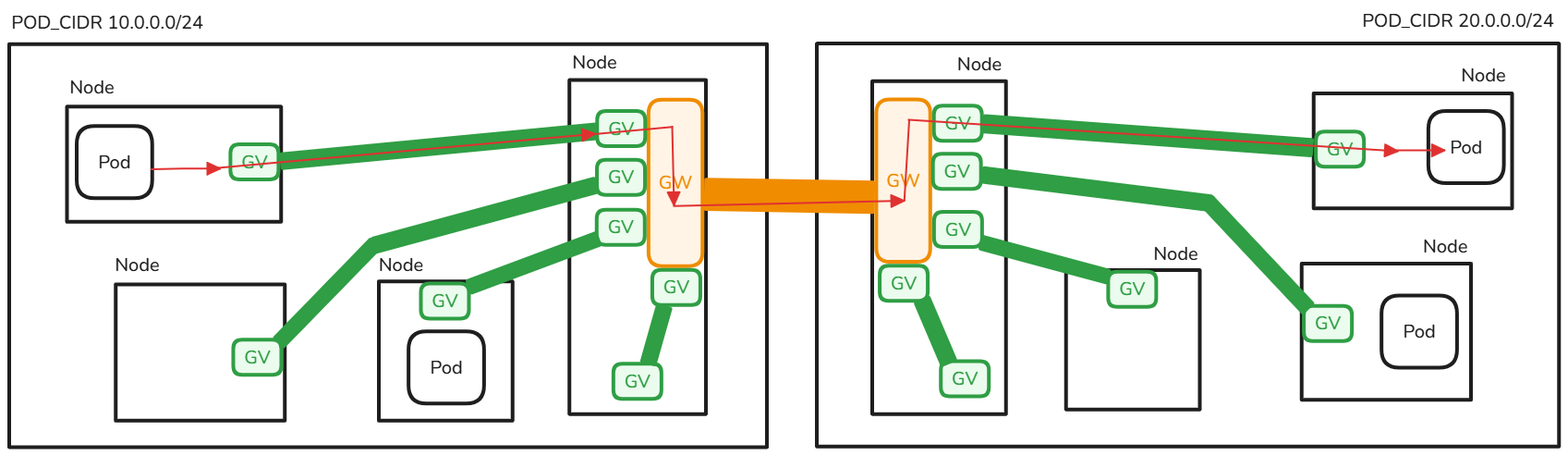
The Excalidraw diagram docs/_static/images/architecture/network/baseflow-v2.excalidraw.png in liqotech/liqo, before a commit. Source tidied: one line per element, renumbered; positions are measured from the earlier drawing's top-left corner, leaving out a move shared by most shapes. The source it was exported from:
```json
{"id": 0, "type": "rectangle", "strokeColor": "#1e1e1e", "strokeWidth": 4, "roughness": 0, "x": 0, "y": 38, "width": 820, "height": 436}
{"id": 1, "type": "rectangle", "strokeColor": "#1e1e1e", "strokeWidth": 4, "roughness": 0, "x": 63, "y": 105, "width": 232, "height": 124}
{"id": 2, "type": "text", "text": "Node", "strokeColor": "#1e1e1e", "strokeWidth": 4, "roughness": 0, "fontSize": 20, "fontFamily": 6, "x": 65, "y": 72, "width": 48, "height": 25}
{"id": 3, "type": "text", "text": "POD_CIDR 10.0.0.0/24", "strokeColor": "#1e1e1e", "strokeWidth": 2, "strokeStyle": "dotted", "roughness": 1, "fontSize": 20, "fontFamily": 6, "x": 2, "y": 2, "width": 208, "height": 25}
{"id": 4, "type": "rectangle", "strokeColor": "#1e1e1e", "strokeWidth": 4, "roughness": 0, "round": true, "x": 73, "y": 126, "width": 82, "height": 78}
{"id": 5, "type": "text", "text": "Pod", "strokeColor": "#1e1e1e", "strokeWidth": 4, "roughness": 1, "fontSize": 20, "fontFamily": 6, "textAlign": "center", "verticalAlign": "middle", "inside": 4, "x": 96, "y": 153, "width": 35, "height": 25}
{"id": 6, "type": "rectangle", "strokeColor": "#1e1e1e", "strokeWidth": 4, "roughness": 0, "x": 115, "y": 297, "width": 183, "height": 147}
{"id": 7, "type": "text", "text": "Node", "strokeColor": "#1e1e1e", "strokeWidth": 4, "roughness": 0, "fontSize": 20, "fontFamily": 6, "x": 114, "y": 264, "width": 48, "height": 25}
{"id": 8, "type": "rectangle", "strokeColor": "#1e1e1e", "strokeWidth": 4, "roughness": 0, "x": 400, "y": 294, "width": 145, "height": 151}
{"id": 9, "type": "text", "text": "Node", "strokeColor": "#1e1e1e", "strokeWidth": 4, "roughness": 0, "fontSize": 20, "fontFamily": 6, "x": 400, "y": 264, "width": 48, "height": 25}
{"id": 10, "type": "rectangle", "strokeColor": "#1e1e1e", "strokeWidth": 4, "roughness": 0, "round": true, "x": 432, "y": 348, "width": 82, "height": 78}
{"id": 11, "type": "text", "text": "Pod", "strokeColor": "#1e1e1e", "strokeWidth": 4, "roughness": 1, "fontSize": 20, "fontFamily": 6, "textAlign": "center", "verticalAlign": "middle", "inside": 10, "x": 455, "y": 375, "width": 35, "height": 25}
{"id": 12, "type": "rectangle", "strokeColor": "#1e1e1e", "strokeWidth": 4, "roughness": 0, "x": 606, "y": 76, "width": 148, "height": 361}
{"id": 13, "type": "rectangle", "strokeColor": "#f08c00", "backgroundColor": "#fff4e6", "fillStyle": "solid", "strokeWidth": 4, "roughness": 0, "round": true, "x": 692, "y": 98, "width": 58, "height": 180}
{"id": 14, "type": "text", "text": "GW", "strokeColor": "#f08c00", "strokeWidth": 4, "roughness": 1, "fontSize": 20, "fontFamily": 6, "textAlign": "center", "verticalAlign": "middle", "inside": 13, "x": 703, "y": 175, "width": 36, "height": 25}
{"id": 15, "type": "rectangle", "strokeColor": "#2f9e44", "backgroundColor": "#ebfbee", "fillStyle": "solid", "strokeWidth": 4, "roughness": 0, "round": true, "x": 636, "y": 110, "width": 52, "height": 38}
{"id": 16, "type": "text", "text": "GV", "strokeColor": "#2f9e44", "strokeWidth": 4, "roughness": 1, "fontSize": 20, "fontFamily": 6, "textAlign": "center", "verticalAlign": "middle", "inside": 15, "x": 648, "y": 117, "width": 28, "height": 25}
{"id": 17, "type": "rectangle", "strokeColor": "#2f9e44", "backgroundColor": "#ebfbee", "fillStyle": "solid", "strokeWidth": 4, "roughness": 0, "round": true, "x": 636, "y": 163, "width": 52, "height": 38}
{"id": 18, "type": "text", "text": "GV", "strokeColor": "#2f9e44", "strokeWidth": 4, "roughness": 1, "fontSize": 20, "fontFamily": 6, "textAlign": "center", "verticalAlign": "middle", "inside": 17, "x": 648, "y": 169, "width": 28, "height": 25}
{"id": 19, "type": "rectangle", "strokeColor": "#2f9e44", "backgroundColor": "#ebfbee", "fillStyle": "solid", "strokeWidth": 4, "roughness": 0, "round": true, "x": 636, "y": 217, "width": 52, "height": 38}
{"id": 20, "type": "text", "text": "GV", "strokeColor": "#2f9e44", "strokeWidth": 4, "roughness": 1, "fontSize": 20, "fontFamily": 6, "textAlign": "center", "verticalAlign": "middle", "inside": 19, "x": 648, "y": 223, "width": 28, "height": 25}
{"id": 21, "type": "rectangle", "strokeColor": "#2f9e44", "backgroundColor": "#ebfbee", "fillStyle": "solid", "strokeWidth": 4, "roughness": 0, "round": true, "x": 696, "y": 282, "width": 52, "height": 38}
{"id": 22, "type": "text", "text": "GV", "strokeColor": "#2f9e44", "strokeWidth": 4, "roughness": 1, "fontSize": 20, "fontFamily": 6, "textAlign": "center", "verticalAlign": "middle", "inside": 21, "x": 708, "y": 288, "width": 28, "height": 25}
{"id": 23, "type": "rectangle", "strokeColor": "#2f9e44", "backgroundColor": "#ebfbee", "fillStyle": "solid", "strokeWidth": 4, "roughness": 0, "round": true, "x": 239, "y": 146, "width": 52, "height": 38}
{"id": 24, "type": "text", "text": "GV", "strokeColor": "#2f9e44", "strokeWidth": 4, "roughness": 1, "fontSize": 20, "fontFamily": 6, "textAlign": "center", "verticalAlign": "middle", "inside": 23, "x": 251, "y": 153, "width": 28, "height": 25}
{"id": 25, "type": "rectangle", "strokeColor": "#2f9e44", "backgroundColor": "#ebfbee", "fillStyle": "solid", "strokeWidth": 4, "roughness": 0, "round": true, "x": 242, "y": 357, "width": 52, "height": 38}
{"id": 26, "type": "text", "text": "GV", "strokeColor": "#2f9e44", "strokeWidth": 4, "roughness": 1, "fontSize": 20, "fontFamily": 6, "textAlign": "center", "verticalAlign": "middle", "inside": 25, "x": 254, "y": 364, "width": 28, "height": 25}
{"id": 27, "type": "rectangle", "strokeColor": "#2f9e44", "backgroundColor": "#ebfbee", "fillStyle": "solid", "strokeWidth": 4, "roughness": 0, "round": true, "x": 445, "y": 296, "width": 52, "height": 38}
{"id": 28, "type": "text", "text": "GV", "strokeColor": "#2f9e44", "strokeWidth": 4, "roughness": 1, "fontSize": 20, "fontFamily": 6, "textAlign": "center", "verticalAlign": "middle", "inside": 27, "x": 457, "y": 303, "width": 28, "height": 25}
{"id": 29, "type": "rectangle", "strokeColor": "#2f9e44", "backgroundColor": "#ebfbee", "fillStyle": "solid", "strokeWidth": 4, "roughness": 0, "round": true, "x": 654, "y": 383, "width": 52, "height": 38}
{"id": 30, "type": "text", "text": "GV", "strokeColor": "#2f9e44", "strokeWidth": 4, "roughness": 1, "fontSize": 20, "fontFamily": 6, "textAlign": "center", "verticalAlign": "middle", "inside": 29, "x": 666, "y": 390, "width": 28, "height": 25}
{"id": 31, "type": "rectangle", "strokeColor": "#1e1e1e", "strokeWidth": 4, "roughness": 0, "x": 874, "y": 37, "width": 803, "height": 436}
{"id": 32, "type": "rectangle", "strokeColor": "#1e1e1e", "strokeWidth": 4, "roughness": 0, "x": 1412, "y": 91, "width": 215, "height": 124}
{"id": 33, "type": "text", "text": "Node", "strokeColor": "#1e1e1e", "strokeWidth": 4, "roughness": 0, "fontSize": 20, "fontFamily": 6, "x": 1571, "y": 59, "width": 48, "height": 25}
{"id": 34, "type": "text", "text": "POD_CIDR 20.0.0.0/24", "strokeColor": "#1e1e1e", "strokeWidth": 2, "strokeStyle": "dotted", "roughness": 1, "fontSize": 20, "fontFamily": 6, "x": 1464, "y": 0, "width": 208, "height": 25}
{"id": 35, "type": "rectangle", "strokeColor": "#1e1e1e", "strokeWidth": 4, "roughness": 0, "round": true, "x": 1536, "y": 110, "width": 82, "height": 78}
{"id": 36, "type": "text", "text": "Pod", "strokeColor": "#1e1e1e", "strokeWidth": 4, "roughness": 1, "fontSize": 20, "fontFamily": 6, "textAlign": "center", "verticalAlign": "middle", "inside": 35, "x": 1559, "y": 137, "width": 35, "height": 25}
{"id": 37, "type": "rectangle", "strokeColor": "#1e1e1e", "strokeWidth": 4, "roughness": 0, "x": 1399, "y": 275, "width": 183, "height": 147}
{"id": 38, "type": "rectangle", "strokeColor": "#1e1e1e", "strokeWidth": 4, "roughness": 0, "x": 1144, "y": 282, "width": 145, "height": 151}
{"id": 39, "type": "text", "text": "Node", "strokeColor": "#1e1e1e", "strokeWidth": 4, "roughness": 0, "fontSize": 20, "fontFamily": 6, "x": 1238, "y": 252, "width": 48, "height": 25}
{"id": 40, "type": "rectangle", "strokeColor": "#1e1e1e", "strokeWidth": 4, "roughness": 0, "round": true, "x": 1485, "y": 309, "width": 82, "height": 78}
{"id": 41, "type": "text", "text": "Pod", "strokeColor": "#1e1e1e", "strokeWidth": 4, "roughness": 1, "fontSize": 20, "fontFamily": 6, "textAlign": "center", "verticalAlign": "middle", "inside": 40, "x": 1508, "y": 336, "width": 35, "height": 25}
{"id": 42, "type": "rectangle", "strokeColor": "#1e1e1e", "strokeWidth": 4, "roughness": 0, "x": 934, "y": 78, "width": 145, "height": 360}
{"id": 43, "type": "rectangle", "strokeColor": "#f08c00", "backgroundColor": "#fff4e6", "fillStyle": "solid", "strokeWidth": 4, "roughness": 0, "round": true, "x": 938, "y": 98, "width": 58, "height": 175}
{"id": 44, "type": "text", "text": "GW", "strokeColor": "#f08c00", "strokeWidth": 4, "roughness": 1, "fontSize": 20, "fontFamily": 6, "textAlign": "center", "verticalAlign": "middle", "inside": 43, "x": 949, "y": 173, "width": 36, "height": 25}
{"id": 45, "type": "rectangle", "strokeColor": "#2f9e44", "backgroundColor": "#ebfbee", "fillStyle": "solid", "strokeWidth": 4, "roughness": 0, "round": true, "x": 1001, "y": 104, "width": 52, "height": 38}
{"id": 46, "type": "text", "text": "GV", "strokeColor": "#2f9e44", "strokeWidth": 4, "roughness": 1, "fontSize": 20, "fontFamily": 6, "textAlign": "center", "verticalAlign": "middle", "inside": 45, "x": 1013, "y": 111, "width": 28, "height": 25}
{"id": 47, "type": "rectangle", "strokeColor": "#2f9e44", "backgroundColor": "#ebfbee", "fillStyle": "solid", "strokeWidth": 4, "roughness": 0, "round": true, "x": 1000, "y": 156, "width": 52, "height": 38}
{"id": 48, "type": "text", "text": "GV", "strokeColor": "#2f9e44", "strokeWidth": 4, "roughness": 1, "fontSize": 20, "fontFamily": 6, "textAlign": "center", "verticalAlign": "middle", "inside": 47, "x": 1012, "y": 163, "width": 28, "height": 25}
{"id": 49, "type": "rectangle", "strokeColor": "#2f9e44", "backgroundColor": "#ebfbee", "fillStyle": "solid", "strokeWidth": 4, "roughness": 0, "round": true, "x": 1001, "y": 219, "width": 52, "height": 38}
{"id": 50, "type": "text", "text": "GV", "strokeColor": "#2f9e44", "strokeWidth": 4, "roughness": 1, "fontSize": 20, "fontFamily": 6, "textAlign": "center", "verticalAlign": "middle", "inside": 49, "x": 1013, "y": 226, "width": 28, "height": 25}
{"id": 51, "type": "rectangle", "strokeColor": "#2f9e44", "backgroundColor": "#ebfbee", "fillStyle": "solid", "strokeWidth": 4, "roughness": 0, "round": true, "x": 942, "y": 277, "width": 52, "height": 38}
{"id": 52, "type": "text", "text": "GV", "strokeColor": "#2f9e44", "strokeWidth": 4, "roughness": 1, "fontSize": 20, "fontFamily": 6, "textAlign": "center", "verticalAlign": "middle", "inside": 51, "x": 954, "y": 284, "width": 28, "height": 25}
{"id": 53, "type": "rectangle", "strokeColor": "#2f9e44", "backgroundColor": "#ebfbee", "fillStyle": "solid", "strokeWidth": 4, "roughness": 0, "round": true, "x": 1414, "y": 132, "width": 52, "height": 38}
{"id": 54, "type": "text", "text": "GV", "strokeColor": "#2f9e44", "strokeWidth": 4, "roughness": 1, "fontSize": 20, "fontFamily": 6, "textAlign": "center", "verticalAlign": "middle", "inside": 53, "x": 1426, "y": 139, "width": 28, "height": 25}
{"id": 55, "type": "rectangle", "strokeColor": "#2f9e44", "backgroundColor": "#ebfbee", "fillStyle": "solid", "strokeWidth": 4, "roughness": 0, "round": true, "x": 1401, "y": 321, "width": 52, "height": 38}
{"id": 56, "type": "text", "text": "GV", "strokeColor": "#2f9e44", "strokeWidth": 4, "roughness": 1, "fontSize": 20, "fontFamily": 6, "textAlign": "center", "verticalAlign": "middle", "inside": 55, "x": 1413, "y": 327, "width": 28, "height": 25}
{"id": 57, "type": "rectangle", "strokeColor": "#2f9e44", "backgroundColor": "#ebfbee", "fillStyle": "solid", "strokeWidth": 4, "roughness": 0, "round": true, "x": 1189, "y": 284, "width": 52, "height": 38}
{"id": 58, "type": "text", "text": "GV", "strokeColor": "#2f9e44", "strokeWidth": 4, "roughness": 1, "fontSize": 20, "fontFamily": 6, "textAlign": "center", "verticalAlign": "middle", "inside": 57, "x": 1201, "y": 290, "width": 28, "height": 25}
{"id": 59, "type": "rectangle", "strokeColor": "#2f9e44", "backgroundColor": "#ebfbee", "fillStyle": "solid", "strokeWidth": 4, "roughness": 0, "round": true, "x": 1008, "y": 380, "width": 52, "height": 38}
{"id": 60, "type": "text", "text": "GV", "strokeColor": "#2f9e44", "strokeWidth": 4, "roughness": 1, "fontSize": 20, "fontFamily": 6, "textAlign": "center", "verticalAlign": "middle", "inside": 59, "x": 1020, "y": 387, "width": 28, "height": 25}
{"id": 61, "type": "text", "text": "Node", "strokeColor": "#1e1e1e", "strokeWidth": 4, "roughness": 0, "fontSize": 20, "fontFamily": 6, "x": 1530, "y": 244, "width": 48, "height": 25}
{"id": 62, "type": "text", "text": "Node", "strokeColor": "#1e1e1e", "strokeWidth": 4, "roughness": 0, "fontSize": 20, "fontFamily": 6, "x": 609, "y": 45, "width": 48, "height": 25}
{"id": 63, "type": "text", "text": "Node", "strokeColor": "#1e1e1e", "strokeWidth": 4, "roughness": 0, "fontSize": 20, "fontFamily": 6, "x": 1026, "y": 47, "width": 48, "height": 25}
{"id": 64, "type": "rectangle", "strokeColor": "#2f9e44", "angle": 6.19, "backgroundColor": "#2f9e44", "fillStyle": "solid", "strokeWidth": 4, "roughness": 0, "x": 294, "y": 141, "width": 342, "height": 15}
{"id": 65, "type": "rectangle", "strokeColor": "#2f9e44", "angle": 5.93, "backgroundColor": "#2f9e44", "fillStyle": "solid", "strokeWidth": 4, "roughness": 0, "x": 493, "y": 268, "width": 148, "height": 13}
{"id": 66, "type": "rectangle", "strokeColor": "#2f9e44", "angle": 4.99, "backgroundColor": "#2f9e44", "fillStyle": "solid", "strokeWidth": 4, "roughness": 0, "x": 669, "y": 345, "width": 63, "height": 14}
{"id": 67, "type": "rectangle", "strokeColor": "#2f9e44", "angle": 5.48, "backgroundColor": "#2f9e44", "fillStyle": "solid", "strokeWidth": 4, "roughness": 0, "x": 270, "y": 300, "width": 148, "height": 13}
{"id": 68, "type": "rectangle", "strokeColor": "#2f9e44", "angle": 6.02, "backgroundColor": "#2f9e44", "fillStyle": "solid", "strokeWidth": 4, "roughness": 0, "x": 391, "y": 215, "width": 248, "height": 15}
{"id": 69, "type": "rectangle", "strokeColor": "#f08c00", "angle": 0.02, "backgroundColor": "#f08c00", "fillStyle": "solid", "strokeWidth": 4, "roughness": 0, "x": 754, "y": 186, "width": 181, "height": 32}
{"id": 70, "type": "rectangle", "strokeColor": "#2f9e44", "angle": 0.07, "backgroundColor": "#2f9e44", "fillStyle": "solid", "strokeWidth": 4, "roughness": 0, "x": 1055, "y": 128, "width": 355, "height": 17}
{"id": 71, "type": "rectangle", "strokeColor": "#2f9e44", "angle": 1.17, "backgroundColor": "#2f9e44", "fillStyle": "solid", "strokeWidth": 4, "roughness": 0, "x": 966, "y": 340, "width": 73, "height": 15}
{"id": 72, "type": "rectangle", "strokeColor": "#2f9e44", "angle": 0.26, "backgroundColor": "#2f9e44", "fillStyle": "solid", "strokeWidth": 4, "roughness": 0, "x": 1050, "y": 264, "width": 141, "height": 13}
{"id": 73, "type": "rectangle", "strokeColor": "#2f9e44", "angle": 0.12, "backgroundColor": "#2f9e44", "fillStyle": "solid", "strokeWidth": 4, "roughness": 0, "x": 1053, "y": 187, "width": 248, "height": 15}
{"id": 74, "type": "rectangle", "strokeColor": "#2f9e44", "angle": 3.96, "backgroundColor": "#2f9e44", "fillStyle": "solid", "strokeWidth": 4, "roughness": 0, "x": 1272, "y": 258, "width": 158, "height": 14}
{"id": 75, "type": "arrow", "strokeColor": "#e03131", "backgroundColor": "#f08c00", "fillStyle": "solid", "strokeWidth": 2, "roughness": 0, "endArrowhead": "triangle", "x": 154, "y": 173, "width": 74, "height": 1, "points": [[0, 0], [34, -1], [74, -1]]}
{"id": 76, "type": "arrow", "strokeColor": "#e03131", "backgroundColor": "#f08c00", "fillStyle": "solid", "strokeWidth": 2, "roughness": 0, "endArrowhead": "triangle", "from": 1, "x": 223, "y": 172, "width": 410, "height": 37, "points": [[0, 0], [410, -37]]}
{"id": 77, "type": "line", "strokeColor": "#e03131", "backgroundColor": "#f08c00", "fillStyle": "solid", "strokeWidth": 2, "roughness": 0, "x": 631, "y": 135, "width": 87, "height": 8, "points": [[0, 0], [87, -8]]}
{"id": 78, "type": "arrow", "strokeColor": "#e03131", "backgroundColor": "#f08c00", "fillStyle": "solid", "strokeWidth": 2, "roughness": 0, "endArrowhead": "triangle", "x": 718, "y": 127, "width": 2, "height": 84, "points": [[0, 0], [2, 84]]}
{"id": 79, "type": "arrow", "strokeColor": "#e03131", "backgroundColor": "#f08c00", "fillStyle": "solid", "strokeWidth": 2, "roughness": 0, "endArrowhead": "triangle", "x": 720, "y": 213, "width": 249, "height": 6, "points": [[0, 0], [249, -6]]}
{"id": 80, "type": "line", "strokeColor": "#e03131", "backgroundColor": "#f08c00", "fillStyle": "solid", "strokeWidth": 2, "roughness": 0, "x": 969, "y": 207, "width": 5, "height": 87, "points": [[0, 0], [5, -87]]}
{"id": 81, "type": "arrow", "strokeColor": "#e03131", "backgroundColor": "#f08c00", "fillStyle": "solid", "strokeWidth": 2, "roughness": 0, "endArrowhead": "triangle", "from": 43, "to": 32, "x": 973, "y": 120, "width": 529, "height": 34, "points": [[0, 0], [529, 34]]}
{"id": 82, "type": "arrow", "strokeColor": "#e03131", "backgroundColor": "#f08c00", "fillStyle": "solid", "strokeWidth": 2, "roughness": 0, "endArrowhead": "triangle", "from": 32, "to": 35, "x": 1502, "y": 153, "width": 52, "height": 0, "points": [[0, 0], [52, 0]]}
```
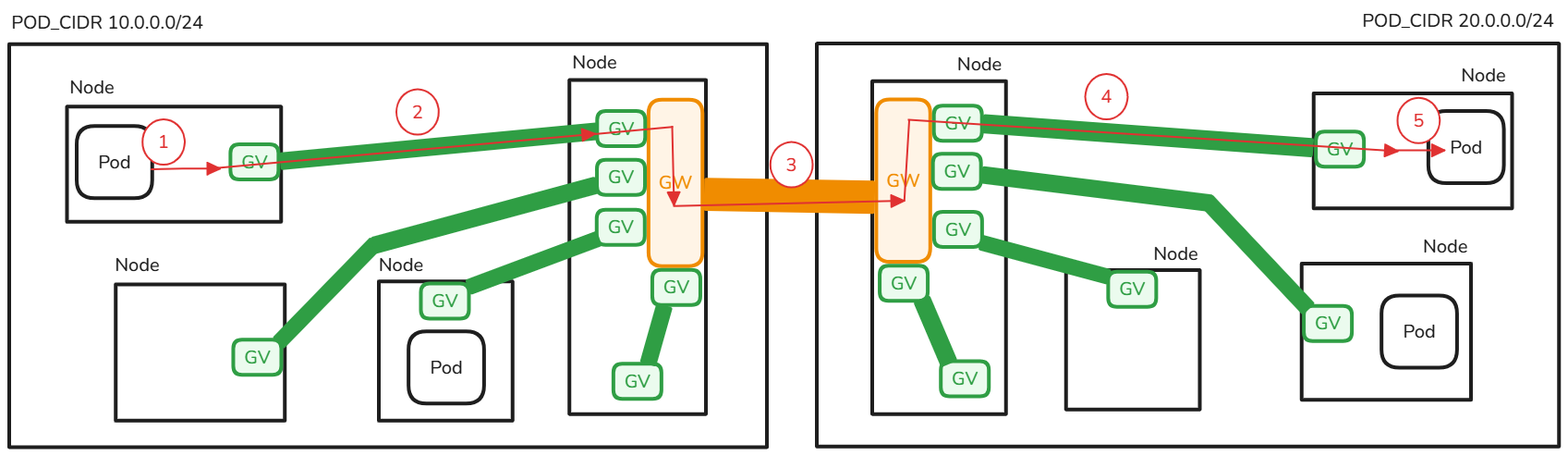
After the commit.

What changed in the source:
```diff
@@ -81,3 +81,13 @@
 {"id": 80, "type": "line", "strokeColor": "#e03131", "backgroundColor": "#f08c00", "fillStyle": "solid", "strokeWidth": 2, "roughness": 0, "x": 969, "y": 207, "width": 5, "height": 87, "points": [[0, 0], [5, -87]]}
 {"id": 81, "type": "arrow", "strokeColor": "#e03131", "backgroundColor": "#f08c00", "fillStyle": "solid", "strokeWidth": 2, "roughness": 0, "endArrowhead": "triangle", "from": 43, "to": 32, "x": 973, "y": 120, "width": 529, "height": 34, "points": [[0, 0], [529, 34]]}
 {"id": 82, "type": "arrow", "strokeColor": "#e03131", "backgroundColor": "#f08c00", "fillStyle": "solid", "strokeWidth": 2, "roughness": 0, "endArrowhead": "triangle", "from": 32, "to": 35, "x": 1502, "y": 153, "width": 52, "height": 0, "points": [[0, 0], [52, 0]]}
+{"id": 83, "type": "ellipse", "strokeColor": "#e03131", "backgroundColor": "#ffffff", "fillStyle": "solid", "strokeWidth": 2, "roughness": 0, "x": 144, "y": 119, "width": 46, "height": 49}
+{"id": 84, "type": "text", "text": "1", "strokeColor": "#e03131", "strokeWidth": 2, "roughness": 0, "fontSize": 20, "fontFamily": 6, "textAlign": "center", "verticalAlign": "middle", "inside": 83, "x": 161, "y": 131, "width": 12, "height": 25}
+{"id": 85, "type": "ellipse", "strokeColor": "#e03131", "backgroundColor": "#ffffff", "fillStyle": "solid", "strokeWidth": 2, "roughness": 0, "x": 419, "y": 87, "width": 46, "height": 49}
+{"id": 86, "type": "text", "text": "2", "strokeColor": "#e03131", "strokeWidth": 2, "roughness": 0, "fontSize": 20, "fontFamily": 6, "textAlign": "center", "verticalAlign": "middle", "inside": 85, "x": 436, "y": 99, "width": 12, "height": 25}
+{"id": 87, "type": "ellipse", "strokeColor": "#e03131", "backgroundColor": "#ffffff", "fillStyle": "solid", "strokeWidth": 2, "roughness": 0, "x": 824, "y": 144, "width": 46, "height": 49}
+{"id": 88, "type": "text", "text": "3", "strokeColor": "#e03131", "strokeWidth": 2, "roughness": 0, "fontSize": 20, "fontFamily": 6, "textAlign": "center", "verticalAlign": "middle", "inside": 87, "x": 840, "y": 156, "width": 12, "height": 25}
+{"id": 89, "type": "ellipse", "strokeColor": "#e03131", "backgroundColor": "#ffffff", "fillStyle": "solid", "strokeWidth": 2, "roughness": 0, "x": 1165, "y": 70, "width": 46, "height": 49}
+{"id": 90, "type": "text", "text": "4", "strokeColor": "#e03131", "strokeWidth": 2, "roughness": 0, "fontSize": 20, "fontFamily": 6, "textAlign": "center", "verticalAlign": "middle", "inside": 89, "x": 1181, "y": 82, "width": 12, "height": 25}
+{"id": 91, "type": "ellipse", "strokeColor": "#e03131", "backgroundColor": "#ffffff", "fillStyle": "solid", "strokeWidth": 2, "roughness": 0, "x": 1502, "y": 96, "width": 46, "height": 49}
+{"id": 92, "type": "text", "text": "5", "strokeColor": "#e03131", "strokeWidth": 2, "roughness": 0, "fontSize": 20, "fontFamily": 6, "textAlign": "center", "verticalAlign": "middle", "inside": 91, "x": 1519, "y": 108, "width": 12, "height": 25}
```
